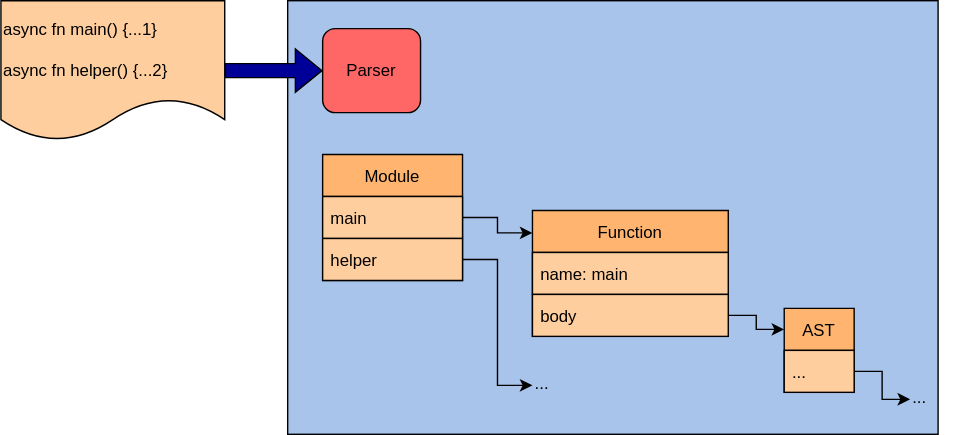
Before: content/images/Salsa-0.drawio.svg, a diagram exported from draw.io (nikomatsakis/plmw-2022). Source tidied: cells renumbered, new cells last; positions are measured from the earlier drawing's top-left corner, leaving out a move shared by most shapes. The source it was exported from:
```xml
<mxGraphModel>
  <root>
    <mxCell id="0" />
    <mxCell id="1" parent="0" />
    <mxCell id="2" style="rounded=0;whiteSpace=wrap;html=1;fillColor=#A9C4EB;align=center;" parent="1" vertex="1">
      <mxGeometry x="205" width="465" height="310" as="geometry" />
    </mxCell>
    <mxCell id="3" style="edgeStyle=orthogonalEdgeStyle;rounded=0;jettySize=auto;html=1;entryX=0;entryY=0.5;entryDx=0;entryDy=0;shape=flexArrow;fillColor=#000099;" parent="1" edge="1" source="4" target="5">
      <mxGeometry relative="1" as="geometry" />
    </mxCell>
    <mxCell id="4" value="&lt;div align=&quot;left&quot;&gt;async fn main() {...1}&lt;/div&gt;&lt;div align=&quot;left&quot;&gt;&lt;br&gt;&lt;/div&gt;&lt;div align=&quot;left&quot;&gt;async fn helper() {...2}&lt;br&gt;&lt;/div&gt;" style="shape=document;whiteSpace=wrap;html=1;boundedLbl=1;align=left;fillColor=#FFCE9F;" parent="1" vertex="1">
      <mxGeometry width="160" height="100" as="geometry" />
    </mxCell>
    <mxCell id="5" value="&lt;div align=&quot;center&quot;&gt;Parser&lt;/div&gt;" style="rounded=1;whiteSpace=wrap;html=1;align=center;fillColor=#FF6666;" parent="1" vertex="1">
      <mxGeometry x="230" y="20" width="70" height="60" as="geometry" />
    </mxCell>
    <mxCell id="6" value="Module" style="swimlane;fontStyle=0;horizontal=1;startSize=30;align=center;fillColor=#FFB570;strokeColor=#000000;" parent="1" vertex="1">
      <mxGeometry x="230" y="110" width="100" height="90" as="geometry" />
    </mxCell>
    <mxCell id="7" value="main" style="text;strokeColor=#000000;fillColor=#FFCE9F;align=left;verticalAlign=middle;spacingLeft=4;spacingRight=4;overflow=hidden;points=[[0,0.5],[1,0.5]];portConstraint=eastwest;" parent="6" vertex="1">
      <mxGeometry y="30" width="100" height="30" as="geometry" />
    </mxCell>
    <mxCell id="8" value="helper" style="text;strokeColor=#000000;fillColor=#FFCE9F;align=left;verticalAlign=middle;spacingLeft=4;spacingRight=4;overflow=hidden;points=[[0,0.5],[1,0.5]];portConstraint=eastwest;" parent="6" vertex="1">
      <mxGeometry y="60" width="100" height="30" as="geometry" />
    </mxCell>
    <mxCell id="9" value="Function" style="swimlane;fontStyle=0;horizontal=1;startSize=30;align=center;strokeColor=#000000;fillColor=#FFB570;" parent="1" vertex="1">
      <mxGeometry x="380" y="150" width="140" height="90" as="geometry" />
    </mxCell>
    <mxCell id="10" value="name: main" style="text;strokeColor=#000000;fillColor=#FFCE9F;align=left;verticalAlign=middle;spacingLeft=4;spacingRight=4;overflow=hidden;" parent="9" vertex="1">
      <mxGeometry y="30" width="140" height="30" as="geometry" />
    </mxCell>
    <mxCell id="11" value="body" style="text;strokeColor=#000000;fillColor=#FFCE9F;align=left;verticalAlign=middle;spacingLeft=4;spacingRight=4;overflow=hidden;points=[[0,0.5],[1,0.5]];portConstraint=eastwest;" parent="9" vertex="1">
      <mxGeometry y="60" width="140" height="30" as="geometry" />
    </mxCell>
    <mxCell id="12" style="edgeStyle=orthogonalEdgeStyle;rounded=0;jettySize=auto;html=1;entryX=0;entryY=0.178;entryDx=0;entryDy=0;entryPerimeter=0;" parent="1" edge="1" source="7" target="9">
      <mxGeometry relative="1" as="geometry" />
    </mxCell>
    <mxCell id="13" value="AST" style="swimlane;fontStyle=0;horizontal=1;startSize=30;align=center;fillColor=#FFB570;strokeColor=#000000;" parent="1" vertex="1">
      <mxGeometry x="560" y="220" width="50" height="60" as="geometry" />
    </mxCell>
    <mxCell id="14" value="..." style="text;strokeColor=#000000;fillColor=#FFCE9F;align=left;verticalAlign=middle;spacingLeft=4;spacingRight=4;overflow=hidden;points=[[0,0.5],[1,0.5]];portConstraint=eastwest;" parent="13" vertex="1">
      <mxGeometry y="30" width="50" height="30" as="geometry" />
    </mxCell>
    <mxCell id="15" style="edgeStyle=orthogonalEdgeStyle;rounded=0;jettySize=auto;html=1;exitX=1;exitY=0.5;exitDx=0;exitDy=0;entryX=0;entryY=0.25;entryDx=0;entryDy=0;" parent="1" edge="1" source="11" target="13">
      <mxGeometry relative="1" as="geometry" />
    </mxCell>
    <mxCell id="16" value="..." style="text;whiteSpace=wrap;html=1;" parent="1" vertex="1">
      <mxGeometry x="650" y="270" width="40" height="30" as="geometry" />
    </mxCell>
    <mxCell id="17" style="edgeStyle=orthogonalEdgeStyle;rounded=0;jettySize=auto;html=1;entryX=0;entryY=0.5;entryDx=0;entryDy=0;" parent="1" edge="1" source="14" target="16">
      <mxGeometry relative="1" as="geometry" />
    </mxCell>
    <mxCell id="18" value="..." style="text;whiteSpace=wrap;html=1;" parent="1" vertex="1">
      <mxGeometry x="380" y="260" width="40" height="30" as="geometry" />
    </mxCell>
    <mxCell id="19" style="edgeStyle=orthogonalEdgeStyle;rounded=0;jettySize=auto;html=1;entryX=0;entryY=0.5;entryDx=0;entryDy=0;" parent="1" edge="1" source="8" target="18">
      <mxGeometry relative="1" as="geometry" />
    </mxCell>
  </root>
</mxGraphModel>
```
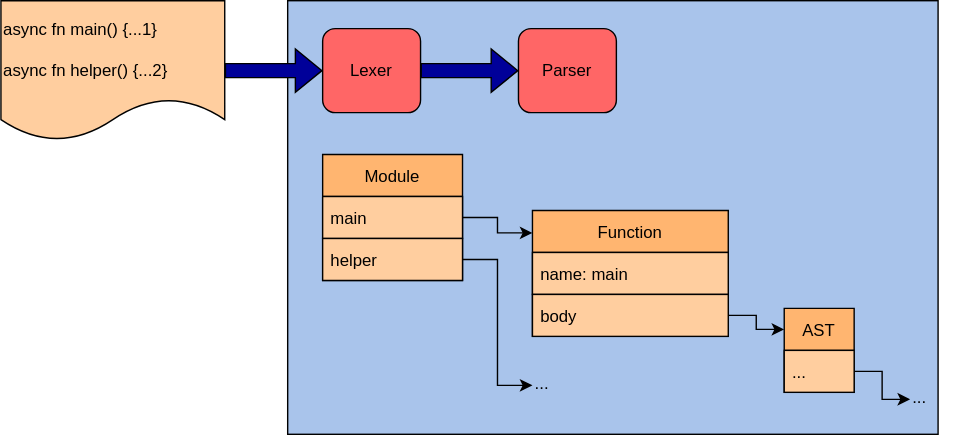
After the commit.

Commit message:
Add Lexer to diagram

What changed in the source:
```diff
@@ -11,7 +11,7 @@
     <mxCell id="4" value="&lt;div align=&quot;left&quot;&gt;async fn main() {...1}&lt;/div&gt;&lt;div align=&quot;left&quot;&gt;&lt;br&gt;&lt;/div&gt;&lt;div align=&quot;left&quot;&gt;async fn helper() {...2}&lt;br&gt;&lt;/div&gt;" style="shape=document;whiteSpace=wrap;html=1;boundedLbl=1;align=left;fillColor=#FFCE9F;" parent="1" vertex="1">
       <mxGeometry width="160" height="100" as="geometry" />
     </mxCell>
-    <mxCell id="5" value="&lt;div align=&quot;center&quot;&gt;Parser&lt;/div&gt;" style="rounded=1;whiteSpace=wrap;html=1;align=center;fillColor=#FF6666;" parent="1" vertex="1">
+    <mxCell id="5" value="Lexer" style="rounded=1;whiteSpace=wrap;html=1;align=center;fillColor=#FF6666;" parent="1" vertex="1">
       <mxGeometry x="230" y="20" width="70" height="60" as="geometry" />
     </mxCell>
     <mxCell id="6" value="Module" style="swimlane;fontStyle=0;horizontal=1;startSize=30;align=center;fillColor=#FFB570;strokeColor=#000000;" parent="1" vertex="1">
@@ -56,5 +56,13 @@
     <mxCell id="19" style="edgeStyle=orthogonalEdgeStyle;rounded=0;jettySize=auto;html=1;entryX=0;entryY=0.5;entryDx=0;entryDy=0;" parent="1" edge="1" source="8" target="18">
       <mxGeometry relative="1" as="geometry" />
     </mxCell>
+    <mxCell id="20" value="&lt;div align=&quot;center&quot;&gt;Parser&lt;/div&gt;" style="rounded=1;whiteSpace=wrap;html=1;align=center;fillColor=#FF6666;" parent="1" vertex="1">
+      <mxGeometry x="370" y="20" width="70" height="60" as="geometry" />
+    </mxCell>
+    <mxCell id="21" style="edgeStyle=orthogonalEdgeStyle;rounded=0;jettySize=auto;html=1;entryX=0;entryY=0.5;entryDx=0;entryDy=0;shape=flexArrow;fillColor=#000099;" parent="1" edge="1" target="20">
+      <mxGeometry relative="1" as="geometry">
+        <mxPoint x="300" y="50" as="sourcePoint" />
+      </mxGeometry>
+    </mxCell>
   </root>
 </mxGraphModel>
```
